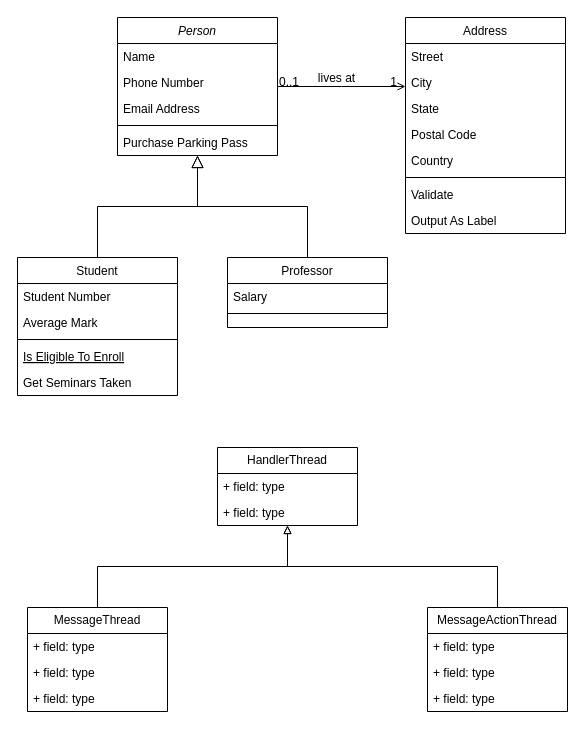
WatchAnt/for_draw.io keeps this draw.io diagram as 未命名绘图.drawio. Above is the earlier version. Source tidied: cells renumbered, new cells numbered last; positions are measured from the earlier drawing's top-left corner, leaving out a move shared by most shapes. Both pictures are drawn from the tidied source at 100%, with x=0, y=0 at pixel (17, 17).
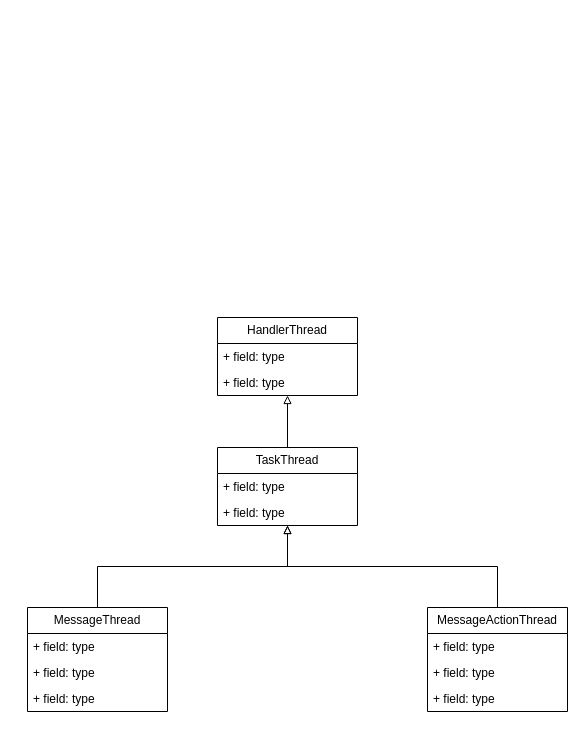
Above is the later version.

Change to the diagram source:
```diff
@@
-    <mxCell id="2" value="Person" style="swimlane;fontStyle=2;align=center;verticalAlign=top;horizontal=1;startSize=26;rounded=0;shadow=0;strokeWidth=1;" parent="1" vertex="1">
-      <mxGeometry x="100" width="160" height="138" as="geometry" />
-    </mxCell>
-    <mxCell id="3" value="Name" style="text;align=left;verticalAlign=top;spacingLeft=4;spacingRight=4;overflow=hidden;" parent="2" vertex="1">
-      <mxGeometry y="26" width="160" height="26" as="geometry" />
-    </mxCell>
-    <mxCell id="4" value="Phone Number" style="text;align=left;verticalAlign=top;spacingLeft=4;spacingRight=4;overflow=hidden;rounded=0;shadow=0;html=0;" parent="2" vertex="1">
-      <mxGeometry y="52" width="160" height="26" as="geometry" />
-    </mxCell>
-    <mxCell id="5" value="Email Address" style="text;align=left;verticalAlign=top;spacingLeft=4;spacingRight=4;overflow=hidden;rounded=0;shadow=0;html=0;" parent="2" vertex="1">
-      <mxGeometry y="78" width="160" height="26" as="geometry" />
-    </mxCell>
-    <mxCell id="6" style="line;html=1;strokeWidth=1;align=left;verticalAlign=middle;spacingTop=-1;spacingLeft=3;spacingRight=3;labelPosition=right;" parent="2" vertex="1">
-      <mxGeometry y="104" width="160" height="8" as="geometry" />
-    </mxCell>
-    <mxCell id="7" value="Purchase Parking Pass" style="text;align=left;verticalAlign=top;spacingLeft=4;spacingRight=4;overflow=hidden;" parent="2" vertex="1">
-      <mxGeometry y="112" width="160" height="26" as="geometry" />
-    </mxCell>
-    <mxCell id="8" value="Student" style="swimlane;fontStyle=0;align=center;verticalAlign=top;horizontal=1;startSize=26;rounded=0;shadow=0;strokeWidth=1;" parent="1" vertex="1">
-      <mxGeometry y="240" width="160" height="138" as="geometry" />
-    </mxCell>
-    <mxCell id="9" value="Student Number" style="text;align=left;verticalAlign=top;spacingLeft=4;spacingRight=4;overflow=hidden;" parent="8" vertex="1">
-      <mxGeometry y="26" width="160" height="26" as="geometry" />
-    </mxCell>
-    <mxCell id="10" value="Average Mark" style="text;align=left;verticalAlign=top;spacingLeft=4;spacingRight=4;overflow=hidden;rounded=0;shadow=0;html=0;" parent="8" vertex="1">
-      <mxGeometry y="52" width="160" height="26" as="geometry" />
-    </mxCell>
-    <mxCell id="11" style="line;html=1;strokeWidth=1;align=left;verticalAlign=middle;spacingTop=-1;spacingLeft=3;spacingRight=3;labelPosition=right;" parent="8" vertex="1">
-      <mxGeometry y="78" width="160" height="8" as="geometry" />
-    </mxCell>
-    <mxCell id="12" value="Is Eligible To Enroll" style="text;align=left;verticalAlign=top;spacingLeft=4;spacingRight=4;overflow=hidden;fontStyle=4;" parent="8" vertex="1">
-      <mxGeometry y="86" width="160" height="26" as="geometry" />
-    </mxCell>
-    <mxCell id="13" value="Get Seminars Taken" style="text;align=left;verticalAlign=top;spacingLeft=4;spacingRight=4;overflow=hidden;" parent="8" vertex="1">
-      <mxGeometry y="112" width="160" height="26" as="geometry" />
-    </mxCell>
-    <mxCell id="14" style="endArrow=block;endSize=10;endFill=0;shadow=0;strokeWidth=1;rounded=0;curved=0;edgeStyle=elbowEdgeStyle;elbow=vertical;" parent="1" edge="1" source="8" target="2">
-      <mxGeometry relative="1" as="geometry" />
-    </mxCell>
-    <mxCell id="15" value="Professor" style="swimlane;fontStyle=0;align=center;verticalAlign=top;horizontal=1;startSize=26;rounded=0;shadow=0;strokeWidth=1;" parent="1" vertex="1">
-      <mxGeometry x="210" y="240" width="160" height="70" as="geometry" />
-    </mxCell>
-    <mxCell id="16" value="Salary" style="text;align=left;verticalAlign=top;spacingLeft=4;spacingRight=4;overflow=hidden;" parent="15" vertex="1">
-      <mxGeometry y="26" width="160" height="26" as="geometry" />
-    </mxCell>
-    <mxCell id="17" style="line;html=1;strokeWidth=1;align=left;verticalAlign=middle;spacingTop=-1;spacingLeft=3;spacingRight=3;labelPosition=right;" parent="15" vertex="1">
-      <mxGeometry y="52" width="160" height="8" as="geometry" />
-    </mxCell>
-    <mxCell id="18" style="endArrow=block;endSize=10;endFill=0;shadow=0;strokeWidth=1;rounded=0;curved=0;edgeStyle=elbowEdgeStyle;elbow=vertical;" parent="1" edge="1" source="15" target="2">
-      <mxGeometry relative="1" as="geometry" />
-    </mxCell>
-    <mxCell id="19" value="Address" style="swimlane;fontStyle=0;align=center;verticalAlign=top;horizontal=1;startSize=26;rounded=0;shadow=0;strokeWidth=1;" parent="1" vertex="1">
-      <mxGeometry x="388" width="160" height="216" as="geometry" />
-    </mxCell>
-    <mxCell id="20" value="Street" style="text;align=left;verticalAlign=top;spacingLeft=4;spacingRight=4;overflow=hidden;" parent="19" vertex="1">
-      <mxGeometry y="26" width="160" height="26" as="geometry" />
-    </mxCell>
-    <mxCell id="21" value="City" style="text;align=left;verticalAlign=top;spacingLeft=4;spacingRight=4;overflow=hidden;rounded=0;shadow=0;html=0;" parent="19" vertex="1">
-      <mxGeometry y="52" width="160" height="26" as="geometry" />
-    </mxCell>
-    <mxCell id="22" value="State" style="text;align=left;verticalAlign=top;spacingLeft=4;spacingRight=4;overflow=hidden;rounded=0;shadow=0;html=0;" parent="19" vertex="1">
-      <mxGeometry y="78" width="160" height="26" as="geometry" />
-    </mxCell>
-    <mxCell id="23" value="Postal Code" style="text;align=left;verticalAlign=top;spacingLeft=4;spacingRight=4;overflow=hidden;rounded=0;shadow=0;html=0;" parent="19" vertex="1">
-      <mxGeometry y="104" width="160" height="26" as="geometry" />
-    </mxCell>
-    <mxCell id="24" value="Country" style="text;align=left;verticalAlign=top;spacingLeft=4;spacingRight=4;overflow=hidden;rounded=0;shadow=0;html=0;" parent="19" vertex="1">
-      <mxGeometry y="130" width="160" height="26" as="geometry" />
-    </mxCell>
-    <mxCell id="25" style="line;html=1;strokeWidth=1;align=left;verticalAlign=middle;spacingTop=-1;spacingLeft=3;spacingRight=3;labelPosition=right;" parent="19" vertex="1">
-      <mxGeometry y="156" width="160" height="8" as="geometry" />
-    </mxCell>
-    <mxCell id="26" value="Validate" style="text;align=left;verticalAlign=top;spacingLeft=4;spacingRight=4;overflow=hidden;" parent="19" vertex="1">
-      <mxGeometry y="164" width="160" height="26" as="geometry" />
-    </mxCell>
-    <mxCell id="27" value="Output As Label" style="text;align=left;verticalAlign=top;spacingLeft=4;spacingRight=4;overflow=hidden;" parent="19" vertex="1">
-      <mxGeometry y="190" width="160" height="26" as="geometry" />
-    </mxCell>
-    <mxCell id="28" style="endArrow=open;shadow=0;strokeWidth=1;rounded=0;curved=0;endFill=1;edgeStyle=elbowEdgeStyle;elbow=vertical;" parent="1" edge="1" source="2" target="19">
-      <mxGeometry x="0.5" y="41" relative="1" as="geometry">
-        <mxPoint x="-40" y="32" as="offset" />
-      </mxGeometry>
-    </mxCell>
-    <mxCell id="29" value="0..1" style="align=left;verticalAlign=bottom;labelBackgroundColor=none;fontSize=12;" parent="28" vertex="1">
-      <mxGeometry x="-1" relative="1" as="geometry">
-        <mxPoint y="4" as="offset" />
-      </mxGeometry>
-    </mxCell>
-    <mxCell id="30" value="1" style="align=right;verticalAlign=bottom;labelBackgroundColor=none;fontSize=12;" parent="28" vertex="1">
-      <mxGeometry x="1" relative="1" as="geometry">
-        <mxPoint x="-7" y="4" as="offset" />
-      </mxGeometry>
-    </mxCell>
-    <mxCell id="31" value="lives at" style="text;html=1;align=center;verticalAlign=middle;labelBackgroundColor=none;rounded=0;shadow=0;strokeWidth=1;fontSize=12;" parent="28" vertex="1">
-      <mxGeometry x="0.5" y="49" relative="1" as="geometry">
-        <mxPoint x="-38" y="40" as="offset" />
-      </mxGeometry>
-    </mxCell>
+    <mxCell id="45" style="edgeStyle=orthogonalEdgeStyle;rounded=0;jettySize=auto;html=1;endArrow=block;endFill=0;" parent="1" edge="1" source="32" target="46">
+      <mxGeometry relative="1" as="geometry" />
+    </mxCell>
-    <mxCell id="32" value="HandlerThread" style="swimlane;fontStyle=0;horizontal=1;startSize=26;fillColor=none;whiteSpace=wrap;html=1;" parent="1" vertex="1">
+    <mxCell id="32" value="TaskThread" style="swimlane;fontStyle=0;horizontal=1;startSize=26;fillColor=none;whiteSpace=wrap;html=1;" parent="1" vertex="1">
       <mxGeometry x="200" y="430" width="140" height="78" as="geometry" />
     </mxCell>
@@
+    <mxCell id="46" value="HandlerThread" style="swimlane;fontStyle=0;horizontal=1;startSize=26;fillColor=none;whiteSpace=wrap;html=1;" parent="1" vertex="1">
+      <mxGeometry x="200" y="300" width="140" height="78" as="geometry" />
+    </mxCell>
+    <mxCell id="47" value="+ field: type" style="text;strokeColor=none;fillColor=none;align=left;verticalAlign=top;spacingLeft=4;spacingRight=4;overflow=hidden;whiteSpace=wrap;html=1;" parent="46" vertex="1">
+      <mxGeometry y="26" width="140" height="26" as="geometry" />
+    </mxCell>
+    <mxCell id="48" value="+ field: type" style="text;strokeColor=none;fillColor=none;align=left;verticalAlign=top;spacingLeft=4;spacingRight=4;overflow=hidden;whiteSpace=wrap;html=1;" parent="46" vertex="1">
+      <mxGeometry y="52" width="140" height="26" as="geometry" />
+    </mxCell>
```
